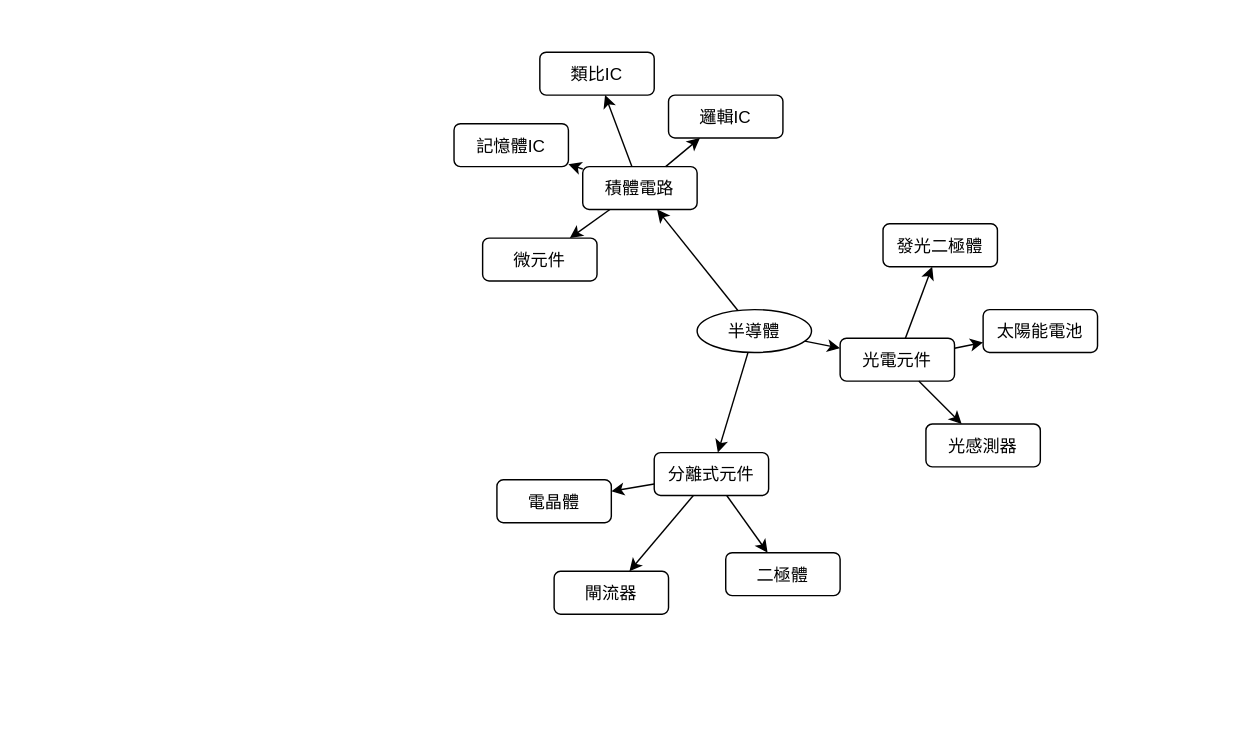
This is Notion.drawio from wecan-huang/Diagrams, a draw.io file, before an edit. Source tidied: cells renumbered, new cells numbered last; positions are measured from the earlier drawing's top-left corner, leaving out a move shared by most shapes. Both pictures are drawn from the tidied source at 143%, with x=0, y=0 at pixel (453, 51).
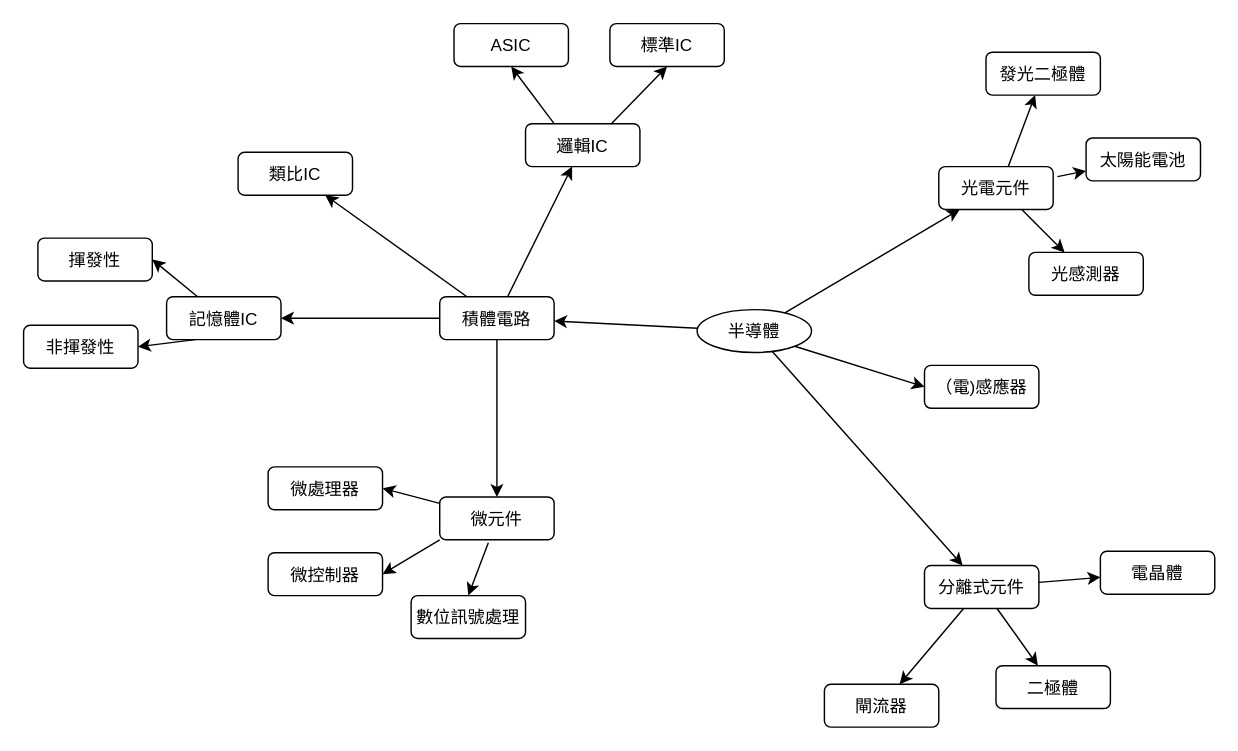
Above is the later version.

Commit message:
add 積體電路細項

The change refers to these unchanged cells:
```xml
<mxCell id="2" value="半導體" style="ellipse;" parent="1" vertex="1">
  <mxGeometry x="170" y="180" width="80" height="30" as="geometry" />
</mxCell>
```

The edit, as a diff of the source:
```diff
@@
     <mxCell id="3" value="積體電路" style="rounded=1;" parent="1" vertex="1">
-      <mxGeometry x="90" y="80" width="80" height="30" as="geometry" />
+      <mxGeometry x="-10" y="171" width="80" height="30" as="geometry" />
     </mxCell>
@@
     <mxCell id="5" value="分離式元件" style="rounded=1;" parent="1" vertex="1">
-      <mxGeometry x="140" y="280" width="80" height="30" as="geometry" />
+      <mxGeometry x="329" y="359" width="80" height="30" as="geometry" />
     </mxCell>
@@
     <mxCell id="7" value="光電元件" style="rounded=1;" parent="1" vertex="1">
-      <mxGeometry x="270" y="200" width="80" height="30" as="geometry" />
+      <mxGeometry x="339" y="80" width="80" height="30" as="geometry" />
     </mxCell>
@@
     <mxCell id="9" value="邏輯IC" style="rounded=1;" parent="1" vertex="1">
-      <mxGeometry x="150" y="30" width="80" height="30" as="geometry" />
+      <mxGeometry x="50" y="50" width="80" height="30" as="geometry" />
     </mxCell>
@@
     <mxCell id="11" value="類比IC" style="rounded=1;" parent="1" vertex="1">
-      <mxGeometry x="60" width="80" height="30" as="geometry" />
+      <mxGeometry x="-151" y="70" width="80" height="30" as="geometry" />
     </mxCell>
@@
     <mxCell id="13" value="微元件" style="rounded=1;" parent="1" vertex="1">
-      <mxGeometry x="20" y="130" width="80" height="30" as="geometry" />
+      <mxGeometry x="-10" y="311" width="80" height="30" as="geometry" />
     </mxCell>
@@
+    <mxCell id="29" style="rounded=0;jettySize=auto;html=1;entryX=1;entryY=0.5;entryDx=0;entryDy=0;" parent="1" edge="1" source="15" target="30">
+      <mxGeometry relative="1" as="geometry" />
+    </mxCell>
     <mxCell id="15" value="記憶體IC" style="rounded=1;" parent="1" vertex="1">
-      <mxGeometry y="50" width="80" height="30" as="geometry" />
+      <mxGeometry x="-201" y="171" width="80" height="30" as="geometry" />
     </mxCell>
@@
     <mxCell id="17" value="二極體" style="rounded=1;" parent="1" vertex="1">
-      <mxGeometry x="190" y="350" width="80" height="30" as="geometry" />
+      <mxGeometry x="379" y="429" width="80" height="30" as="geometry" />
     </mxCell>
@@
     <mxCell id="19" value="電晶體" style="rounded=1;" parent="1" vertex="1">
-      <mxGeometry x="30" y="299" width="80" height="30" as="geometry" />
+      <mxGeometry x="452" y="349" width="80" height="30" as="geometry" />
     </mxCell>
@@
     <mxCell id="21" value="閘流器" style="rounded=1;" parent="1" vertex="1">
-      <mxGeometry x="70" y="363" width="80" height="30" as="geometry" />
+      <mxGeometry x="259" y="442" width="80" height="30" as="geometry" />
     </mxCell>
@@
     <mxCell id="23" value="太陽能電池" style="rounded=1;" parent="1" vertex="1">
-      <mxGeometry x="370" y="180" width="80" height="30" as="geometry" />
+      <mxGeometry x="442" y="60" width="80" height="30" as="geometry" />
     </mxCell>
     <mxCell id="24" value="光感測器" style="rounded=1;" parent="1" vertex="1">
-      <mxGeometry x="330" y="260" width="80" height="30" as="geometry" />
+      <mxGeometry x="402" y="140" width="80" height="30" as="geometry" />
     </mxCell>
     <mxCell id="25" value="發光二極體" style="rounded=1;" parent="1" vertex="1">
-      <mxGeometry x="300" y="120" width="80" height="30" as="geometry" />
+      <mxGeometry x="372" width="80" height="30" as="geometry" />
     </mxCell>
-    <mxCell id="26" style="endArrow=classic;html=1;rounded=0;strokeWidth=1;exitDx=0;exitDy=0;entryDx=0;entryDy=0;edgeStyle=orthogonalEdgeStyle;noEdgeStyle=1;" parent="1" edge="1" source="7" target="23">
-      <mxGeometry relative="1" as="geometry" />
+    <mxCell id="26" style="endArrow=classic;html=1;rounded=0;strokeWidth=1;exitDx=0;exitDy=0;entryDx=0;entryDy=0;edgeStyle=orthogonalEdgeStyle;noEdgeStyle=1;" parent="1" edge="1" target="23">
+      <mxGeometry relative="1" as="geometry">
+        <mxPoint x="422" y="87" as="sourcePoint" />
+      </mxGeometry>
     </mxCell>
-    <mxCell id="27" style="endArrow=classic;html=1;rounded=0;strokeWidth=1;exitDx=0;exitDy=0;entryDx=0;entryDy=0;edgeStyle=orthogonalEdgeStyle;noEdgeStyle=1;" parent="1" edge="1" source="7" target="24">
-      <mxGeometry relative="1" as="geometry" />
+    <mxCell id="27" style="endArrow=classic;html=1;rounded=0;strokeWidth=1;exitDx=0;exitDy=0;entryDx=0;entryDy=0;edgeStyle=orthogonalEdgeStyle;noEdgeStyle=1;" parent="1" edge="1" target="24">
+      <mxGeometry relative="1" as="geometry">
+        <mxPoint x="397" y="110" as="sourcePoint" />
+      </mxGeometry>
     </mxCell>
-    <mxCell id="28" style="endArrow=classic;html=1;rounded=0;strokeWidth=1;exitDx=0;exitDy=0;entryDx=0;entryDy=0;edgeStyle=orthogonalEdgeStyle;noEdgeStyle=1;" parent="1" edge="1" source="7" target="25">
-      <mxGeometry relative="1" as="geometry" />
+    <mxCell id="28" style="endArrow=classic;html=1;rounded=0;strokeWidth=1;exitDx=0;exitDy=0;entryDx=0;entryDy=0;edgeStyle=orthogonalEdgeStyle;noEdgeStyle=1;" parent="1" edge="1" target="25">
+      <mxGeometry relative="1" as="geometry">
+        <mxPoint x="387.6" y="80" as="sourcePoint" />
+      </mxGeometry>
     </mxCell>
+    <mxCell id="30" value="揮發性" style="rounded=1;" parent="1" vertex="1">
+      <mxGeometry x="-291" y="130" width="80" height="30" as="geometry" />
+    </mxCell>
+    <mxCell id="31" value="非揮發性" style="rounded=1;" parent="1" vertex="1">
+      <mxGeometry x="-301" y="191" width="80" height="30" as="geometry" />
+    </mxCell>
+    <mxCell id="32" style="rounded=0;jettySize=auto;html=1;entryX=1;entryY=0.5;entryDx=0;entryDy=0;exitX=0.25;exitY=1;exitDx=0;exitDy=0;" parent="1" edge="1" source="15" target="31">
+      <mxGeometry relative="1" as="geometry" />
+    </mxCell>
+    <mxCell id="33" value="ASIC" style="rounded=1;" parent="1" vertex="1">
+      <mxGeometry y="-20" width="80" height="30" as="geometry" />
+    </mxCell>
+    <mxCell id="34" value="標準IC" style="rounded=1;" parent="1" vertex="1">
+      <mxGeometry x="109" y="-20" width="80" height="30" as="geometry" />
+    </mxCell>
+    <mxCell id="35" style="rounded=0;jettySize=auto;html=1;entryX=0.5;entryY=1;entryDx=0;entryDy=0;exitX=0.25;exitY=0;exitDx=0;exitDy=0;" parent="1" edge="1" source="9" target="33">
+      <mxGeometry relative="1" as="geometry" />
+    </mxCell>
+    <mxCell id="36" style="rounded=0;jettySize=auto;html=1;entryX=0.5;entryY=1;entryDx=0;entryDy=0;exitX=0.75;exitY=0;exitDx=0;exitDy=0;" parent="1" edge="1" source="9" target="34">
+      <mxGeometry relative="1" as="geometry" />
+    </mxCell>
+    <mxCell id="37" value="微處理器" style="rounded=1;" parent="1" vertex="1">
+      <mxGeometry x="-130" y="290" width="80" height="30" as="geometry" />
+    </mxCell>
+    <mxCell id="38" value="微控制器" style="rounded=1;" parent="1" vertex="1">
+      <mxGeometry x="-130" y="350" width="80" height="30" as="geometry" />
+    </mxCell>
+    <mxCell id="39" value="數位訊號處理" style="rounded=1;" parent="1" vertex="1">
+      <mxGeometry x="-30" y="380" width="80" height="30" as="geometry" />
+    </mxCell>
+    <mxCell id="40" style="rounded=0;jettySize=auto;html=1;entryX=1;entryY=0.5;entryDx=0;entryDy=0;" parent="1" edge="1" source="13" target="37">
+      <mxGeometry relative="1" as="geometry" />
+    </mxCell>
+    <mxCell id="41" style="rounded=0;jettySize=auto;html=1;entryX=1;entryY=0.5;entryDx=0;entryDy=0;exitX=0;exitY=1;exitDx=0;exitDy=0;" parent="1" edge="1" source="13" target="38">
+      <mxGeometry relative="1" as="geometry" />
+    </mxCell>
+    <mxCell id="42" style="rounded=0;jettySize=auto;html=1;entryX=0.5;entryY=0;entryDx=0;entryDy=0;exitX=0.425;exitY=1.067;exitDx=0;exitDy=0;exitPerimeter=0;" parent="1" edge="1" source="13" target="39">
+      <mxGeometry relative="1" as="geometry" />
+    </mxCell>
+    <mxCell id="43" value="（電)感應器" style="rounded=1;" parent="1" vertex="1">
+      <mxGeometry x="329" y="219" width="80" height="30" as="geometry" />
+    </mxCell>
+    <mxCell id="44" style="curved=1;edgeStyle=orthogonalEdgeStyle;noEdgeStyle=1;exitX=1;exitY=1;exitDx=0;exitDy=0;entryX=0;entryY=0.5;entryDx=0;entryDy=0;" parent="1" edge="1" source="2" target="43">
+      <mxGeometry relative="1" as="geometry" />
+    </mxCell>
```
